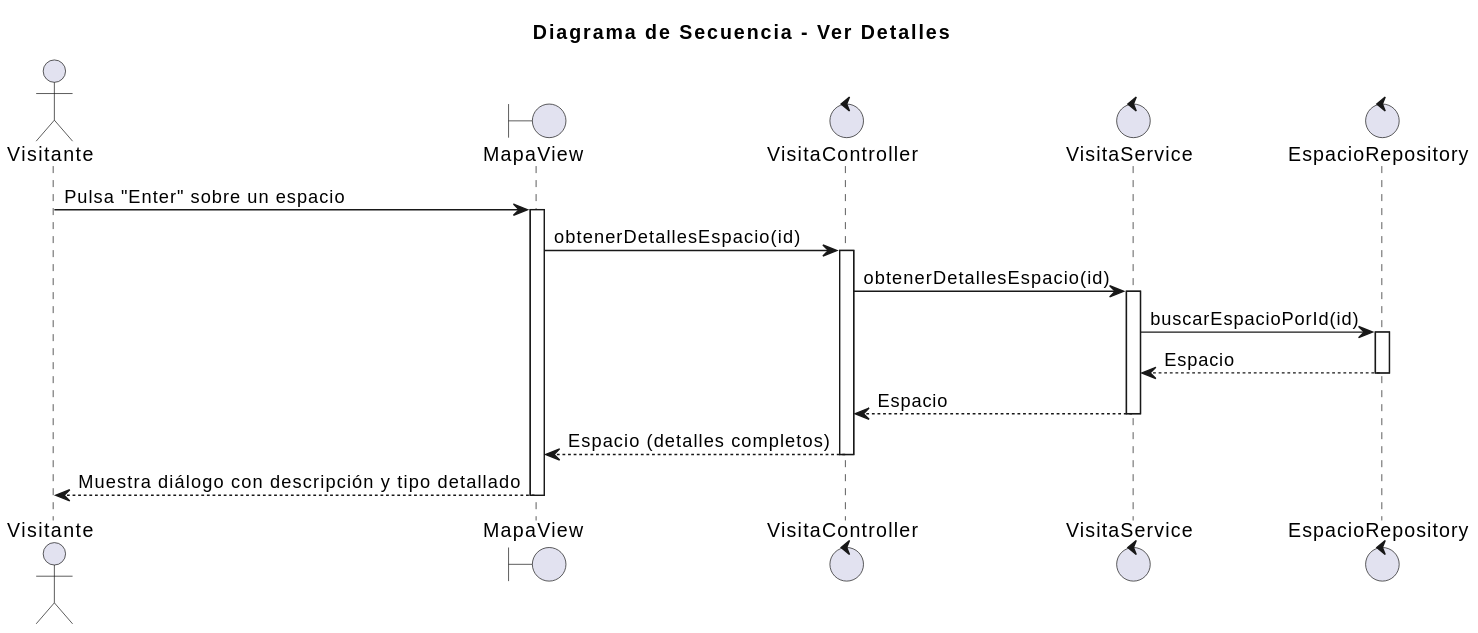
mmasias/25-26-idsw2-sdVC keeps this PlantUML diagram as images/02-diseño/01-Visitante/verDetalles/verDetalles.svg. Above is the earlier version.
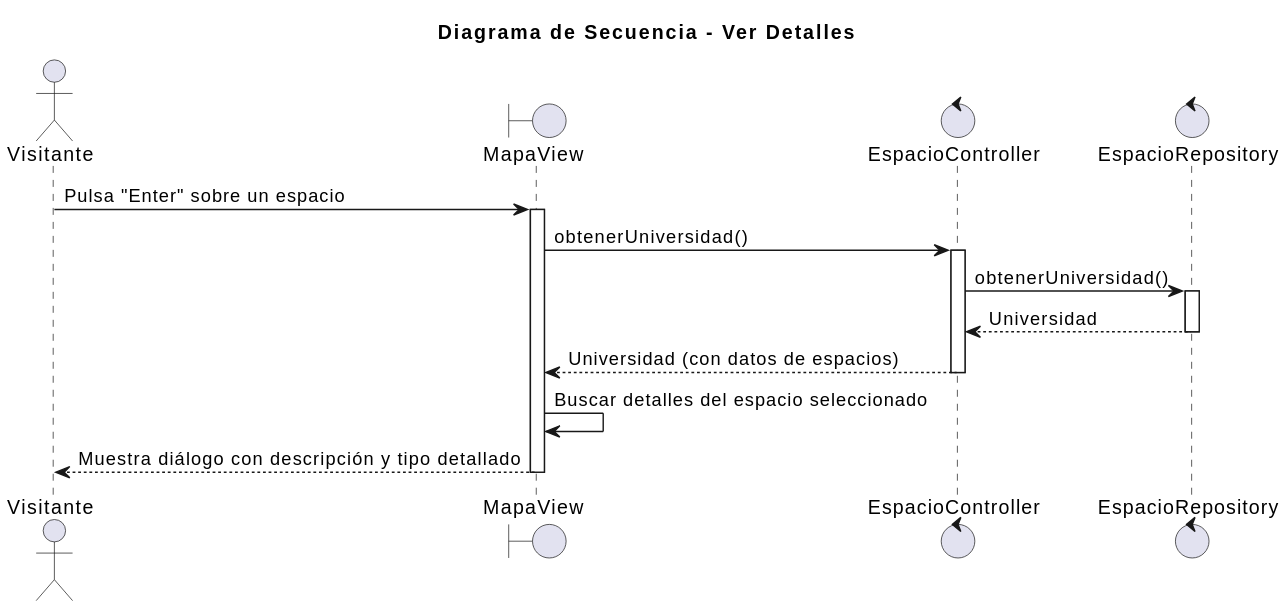
The same diagram one commit later.

Diff of the diagram source:
```diff
@@ -3,24 +3,20 @@
 
 actor "Visitante" as visitor
 boundary "MapaView" as view
-control "VisitaController" as controller
-control "VisitaService" as service
+control "EspacioController" as controller
 control "EspacioRepository" as repository
 
 visitor -> view: Pulsa "Enter" sobre un espacio
 activate view
-view -> controller: obtenerDetallesEspacio(id)
+view -> controller: obtenerUniversidad()
 activate controller
-controller -> service: obtenerDetallesEspacio(id)
-activate service
-service -> repository: buscarEspacioPorId(id)
+controller -> repository: obtenerUniversidad()
 activate repository
-repository --> service: Espacio
+repository --> controller: Universidad
 deactivate repository
-service --> controller: Espacio
-deactivate service
-controller --> view: Espacio (detalles completos)
+controller --> view: Universidad (con datos de espacios)
 deactivate controller
+view -> view: Buscar detalles del espacio seleccionado
 view --> visitor: Muestra diálogo con descripción y tipo detallado
 deactivate view
 @enduml
```
